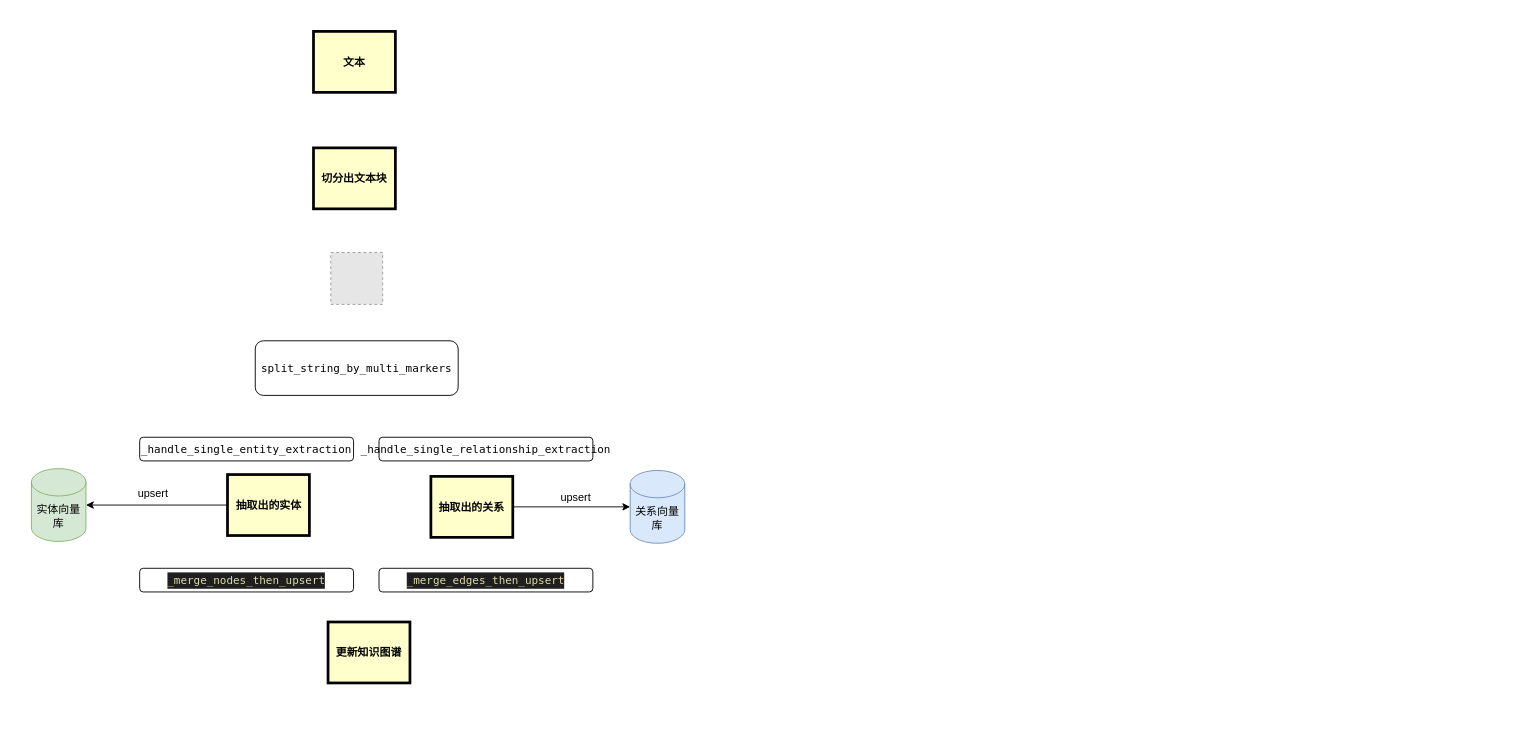
Above: 知识图谱RAG.drawio in liweizhen111/GIt-GitHub_Note (draw.io), before the change. Source tidied: cells renumbered, new cells numbered last; positions are measured from the earlier drawing's top-left corner, leaving out a move shared by most shapes. Both pictures are drawn from the tidied source at 91%, with x=0, y=0 at pixel (31, 31). Pictures stored in the file or linked from it are replaced by grey dashed boxes.
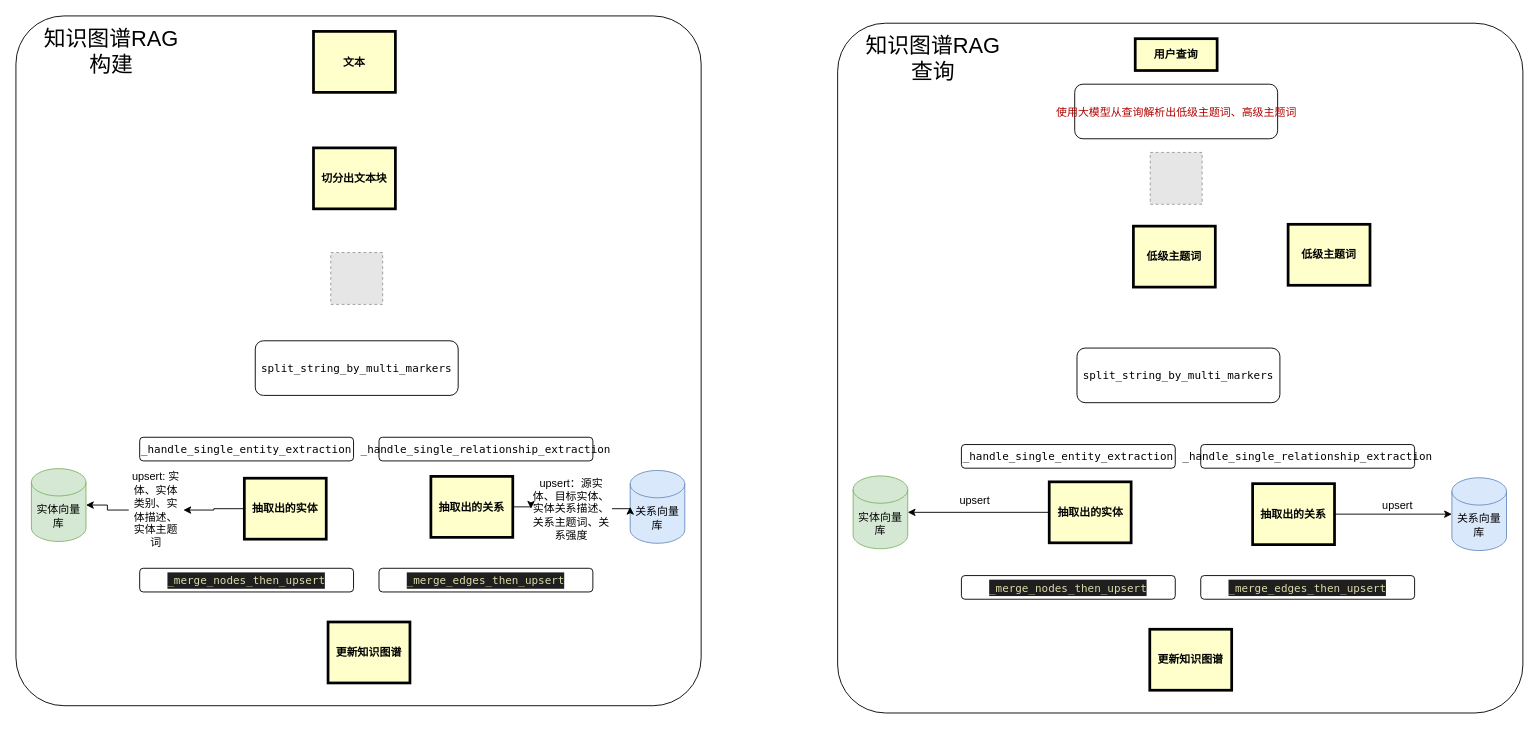
Above is the later version.

Commit message:
更新知识图谱RAG.drawio

The change refers to these unchanged cells:
```xml
<mxCell id="5" value="抽取出的关系" style="whiteSpace=wrap;align=center;verticalAlign=middle;fontStyle=1;strokeWidth=3;fillColor=#FFFFCC;" parent="1" vertex="1">
  <mxGeometry x="439" y="489" width="90" height="67" as="geometry" />
</mxCell>
<mxCell id="7" value="关系向量库" style="shape=cylinder3;whiteSpace=wrap;html=1;boundedLbl=1;backgroundOutline=1;size=15;fillColor=#dae8fc;strokeColor=#6c8ebf;" parent="1" vertex="1">
  <mxGeometry x="658" y="482.5" width="60" height="80" as="geometry" />
</mxCell>
<mxCell id="8" value="实体向量库" style="shape=cylinder3;whiteSpace=wrap;html=1;boundedLbl=1;backgroundOutline=1;size=15;fillColor=#d5e8d4;strokeColor=#82b366;" parent="1" vertex="1">
  <mxGeometry y="480.5" width="60" height="80" as="geometry" />
</mxCell>
```

The edit, as a diff of the source:
```diff
@@
+    <mxCell id="19" style="rounded=1;whiteSpace=wrap;html=1;arcSize=7;" parent="1" vertex="1">
+      <mxGeometry x="-17" y="-17" width="753" height="758" as="geometry" />
+    </mxCell>
@@
     <mxCell id="4" value="抽取出的实体" style="whiteSpace=wrap;align=center;verticalAlign=middle;fontStyle=1;strokeWidth=3;fillColor=#FFFFCC;" parent="1" vertex="1">
-      <mxGeometry x="215.5" y="487" width="90" height="67" as="geometry" />
+      <mxGeometry x="234" y="491" width="90" height="67" as="geometry" />
     </mxCell>
@@
-    <mxCell id="15" style="edgeStyle=orthogonalEdgeStyle;rounded=0;jettySize=auto;html=1;exitX=0;exitY=0.5;exitDx=0;exitDy=0;entryX=1;entryY=0.5;entryDx=0;entryDy=0;entryPerimeter=0;" parent="1" edge="1" source="4" target="8">
+    <mxCell id="15" style="edgeStyle=orthogonalEdgeStyle;rounded=0;jettySize=auto;html=1;exitX=0;exitY=0.5;exitDx=0;exitDy=0;entryX=1;entryY=0.5;entryDx=0;entryDy=0;entryPerimeter=0;" parent="1" edge="1" source="16" target="8">
       <mxGeometry relative="1" as="geometry" />
     </mxCell>
+    <mxCell id="18" style="edgeStyle=orthogonalEdgeStyle;rounded=0;jettySize=auto;html=1;exitX=1;exitY=0.5;exitDx=0;exitDy=0;entryX=0;entryY=0.5;entryDx=0;entryDy=0;entryPerimeter=0;" parent="1" edge="1" source="17" target="7">
+      <mxGeometry relative="1" as="geometry" />
+    </mxCell>
+    <mxCell id="20" value="&lt;font style=&quot;font-size: 24px;&quot;&gt;知识图谱RAG构建&lt;/font&gt;" style="text;html=1;align=center;verticalAlign=middle;whiteSpace=wrap;rounded=0;" parent="1" vertex="1">
+      <mxGeometry x="9" y="7" width="158" height="30" as="geometry" />
+    </mxCell>
+    <mxCell id="21" style="rounded=1;whiteSpace=wrap;html=1;arcSize=7;" parent="1" vertex="1">
+      <mxGeometry x="886" y="-9" width="753" height="758" as="geometry" />
+    </mxCell>
+    <mxCell id="22" value="用户查询" style="whiteSpace=wrap;align=center;verticalAlign=middle;fontStyle=1;strokeWidth=3;fillColor=#FFFFCC;" parent="1" vertex="1">
+      <mxGeometry x="1213" y="8" width="90" height="35" as="geometry" />
+    </mxCell>
+    <mxCell id="23" value="低级主题词" style="whiteSpace=wrap;align=center;verticalAlign=middle;fontStyle=1;strokeWidth=3;fillColor=#FFFFCC;" parent="1" vertex="1">
+      <mxGeometry x="1211" y="214" width="90" height="67" as="geometry" />
+    </mxCell>
+    <mxCell id="24" value="抽取出的实体" style="whiteSpace=wrap;align=center;verticalAlign=middle;fontStyle=1;strokeWidth=3;fillColor=#FFFFCC;" parent="1" vertex="1">
+      <mxGeometry x="1118.5" y="495" width="90" height="67" as="geometry" />
+    </mxCell>
+    <mxCell id="25" value="抽取出的关系" style="whiteSpace=wrap;align=center;verticalAlign=middle;fontStyle=1;strokeWidth=3;fillColor=#FFFFCC;" parent="1" vertex="1">
+      <mxGeometry x="1342" y="497" width="90" height="67" as="geometry" />
+    </mxCell>
+    <mxCell id="26" value="更新知识图谱" style="whiteSpace=wrap;align=center;verticalAlign=middle;fontStyle=1;strokeWidth=3;fillColor=#FFFFCC;" parent="1" vertex="1">
+      <mxGeometry x="1229" y="657" width="90" height="67" as="geometry" />
+    </mxCell>
+    <mxCell id="27" value="关系向量库" style="shape=cylinder3;whiteSpace=wrap;html=1;boundedLbl=1;backgroundOutline=1;size=15;fillColor=#dae8fc;strokeColor=#6c8ebf;" parent="1" vertex="1">
+      <mxGeometry x="1561" y="490.5" width="60" height="80" as="geometry" />
+    </mxCell>
+    <mxCell id="28" value="实体向量库" style="shape=cylinder3;whiteSpace=wrap;html=1;boundedLbl=1;backgroundOutline=1;size=15;fillColor=#d5e8d4;strokeColor=#82b366;" parent="1" vertex="1">
+      <mxGeometry x="903" y="488.5" width="60" height="80" as="geometry" />
+    </mxCell>
+    <mxCell id="29" style="fillColor=#E6E6E6;strokeColor=#999999;dashed=1;verticalLabelPosition=bottom;labelBackgroundColor=default;verticalAlign=top;" parent="1" vertex="1">
+      <mxGeometry x="1229.5" y="133" width="57" height="57" as="geometry" />
+    </mxCell>
+    <mxCell id="30" value="&lt;div style=&quot;text-align: start; font-family: Menlo, Monaco, &amp;quot;Courier New&amp;quot;, monospace; line-height: 18px; white-space: pre;&quot;&gt;&lt;span style=&quot;color: rgb(0, 0, 0);&quot;&gt;split_string_by_multi_markers&lt;/span&gt;&lt;/div&gt;" style="rounded=1;whiteSpace=wrap;html=1;" parent="1" vertex="1">
+      <mxGeometry x="1149" y="348" width="223" height="60" as="geometry" />
+    </mxCell>
+    <mxCell id="31" value="&lt;div style=&quot;text-align: start; font-family: Menlo, Monaco, &amp;quot;Courier New&amp;quot;, monospace; line-height: 18px; white-space: pre;&quot;&gt;&lt;div style=&quot;line-height: 18px;&quot;&gt;&lt;span style=&quot;color: rgb(0, 0, 0);&quot;&gt;_handle_single_entity_extraction&lt;/span&gt;&lt;/div&gt;&lt;/div&gt;" style="rounded=1;whiteSpace=wrap;html=1;" parent="1" vertex="1">
+      <mxGeometry x="1022" y="454" width="235" height="26" as="geometry" />
+    </mxCell>
+    <mxCell id="32" value="&lt;div style=&quot;text-align: start; font-family: Menlo, Monaco, &amp;quot;Courier New&amp;quot;, monospace; line-height: 18px; white-space: pre;&quot;&gt;&lt;div style=&quot;line-height: 18px;&quot;&gt;&lt;span style=&quot;color: rgb(0, 0, 0);&quot;&gt;_handle_single_relationship_extraction&lt;/span&gt;&lt;/div&gt;&lt;/div&gt;" style="rounded=1;whiteSpace=wrap;html=1;" parent="1" vertex="1">
+      <mxGeometry x="1285" y="454" width="235" height="26" as="geometry" />
+    </mxCell>
+    <mxCell id="33" value="&lt;div style=&quot;text-align: start; font-family: Menlo, Monaco, &amp;quot;Courier New&amp;quot;, monospace; line-height: 18px; white-space: pre;&quot;&gt;&lt;div style=&quot;line-height: 18px;&quot;&gt;&lt;div style=&quot;color: rgb(204, 204, 204); background-color: rgb(31, 31, 31); line-height: 18px;&quot;&gt;&lt;span style=&quot;color: rgb(220, 220, 170);&quot;&gt;_merge_nodes_then_upsert&lt;/span&gt;&lt;/div&gt;&lt;/div&gt;&lt;/div&gt;" style="rounded=1;whiteSpace=wrap;html=1;" parent="1" vertex="1">
+      <mxGeometry x="1022" y="598" width="235" height="26" as="geometry" />
+    </mxCell>
+    <mxCell id="34" value="&lt;div style=&quot;text-align: start; font-family: Menlo, Monaco, &amp;quot;Courier New&amp;quot;, monospace; line-height: 18px; white-space: pre;&quot;&gt;&lt;div style=&quot;line-height: 18px;&quot;&gt;&lt;div style=&quot;color: rgb(204, 204, 204); background-color: rgb(31, 31, 31); line-height: 18px;&quot;&gt;&lt;span style=&quot;color: rgb(220, 220, 170);&quot;&gt;_merge_edges_then_upsert&lt;/span&gt;&lt;/div&gt;&lt;/div&gt;&lt;/div&gt;" style="rounded=1;whiteSpace=wrap;html=1;" parent="1" vertex="1">
+      <mxGeometry x="1285" y="598" width="235" height="26" as="geometry" />
+    </mxCell>
+    <mxCell id="35" style="edgeStyle=orthogonalEdgeStyle;rounded=0;jettySize=auto;html=1;exitX=0;exitY=0.5;exitDx=0;exitDy=0;entryX=1;entryY=0.5;entryDx=0;entryDy=0;entryPerimeter=0;" parent="1" edge="1" source="24" target="28">
+      <mxGeometry relative="1" as="geometry" />
+    </mxCell>
+    <mxCell id="36" value="upsert" style="text;html=1;align=center;verticalAlign=middle;whiteSpace=wrap;rounded=0;" parent="1" vertex="1">
+      <mxGeometry x="1007" y="501" width="60" height="30" as="geometry" />
+    </mxCell>
+    <mxCell id="37" value="upsert" style="text;html=1;align=center;verticalAlign=middle;whiteSpace=wrap;rounded=0;" parent="1" vertex="1">
+      <mxGeometry x="1483" y="514" width="37" height="13" as="geometry" />
+    </mxCell>
+    <mxCell id="38" style="edgeStyle=orthogonalEdgeStyle;rounded=0;jettySize=auto;html=1;exitX=1;exitY=0.5;exitDx=0;exitDy=0;entryX=0;entryY=0.5;entryDx=0;entryDy=0;entryPerimeter=0;" parent="1" edge="1" source="25" target="27">
+      <mxGeometry relative="1" as="geometry" />
+    </mxCell>
+    <mxCell id="39" value="&lt;font style=&quot;font-size: 24px;&quot;&gt;知识图谱RAG查询&lt;/font&gt;" style="text;html=1;align=center;verticalAlign=middle;whiteSpace=wrap;rounded=0;" parent="1" vertex="1">
+      <mxGeometry x="912" y="15" width="158" height="30" as="geometry" />
+    </mxCell>
+    <mxCell id="40" value="&lt;div style=&quot;text-align: start; font-family: Menlo, Monaco, &amp;quot;Courier New&amp;quot;, monospace; line-height: 18px; white-space: pre;&quot;&gt;&lt;font color=&quot;#b00000&quot;&gt;&lt;span style=&quot;caret-color: rgb(176, 0, 0);&quot;&gt;使用大模型从查询解析出低级主题词、高级主题词&lt;/span&gt;&lt;/font&gt;&lt;/div&gt;" style="rounded=1;whiteSpace=wrap;html=1;" parent="1" vertex="1">
+      <mxGeometry x="1146.5" y="58" width="223" height="60" as="geometry" />
+    </mxCell>
+    <mxCell id="41" value="低级主题词" style="whiteSpace=wrap;align=center;verticalAlign=middle;fontStyle=1;strokeWidth=3;fillColor=#FFFFCC;" parent="1" vertex="1">
+      <mxGeometry x="1381" y="212" width="90" height="67" as="geometry" />
+    </mxCell>
+    <mxCell id="42" style="edgeStyle=orthogonalEdgeStyle;rounded=0;jettySize=auto;html=1;exitX=0;exitY=0.5;exitDx=0;exitDy=0;entryX=1;entryY=0.5;entryDx=0;entryDy=0;entryPerimeter=0;" parent="1" edge="1" source="4" target="16">
+      <mxGeometry relative="1" as="geometry" />
+    </mxCell>
-    <mxCell id="16" value="upsert" style="text;html=1;align=center;verticalAlign=middle;whiteSpace=wrap;rounded=0;" parent="1" vertex="1">
-      <mxGeometry x="104" y="493" width="60" height="30" as="geometry" />
+    <mxCell id="16" value="upsert: 实体、实体类别、实体描述、实体主题词" style="text;html=1;align=center;verticalAlign=middle;whiteSpace=wrap;rounded=0;" parent="1" vertex="1">
+      <mxGeometry x="107" y="511" width="60" height="30" as="geometry" />
     </mxCell>
+    <mxCell id="43" style="edgeStyle=orthogonalEdgeStyle;rounded=0;jettySize=auto;html=1;exitX=1;exitY=0.5;exitDx=0;exitDy=0;entryX=0;entryY=0.5;entryDx=0;entryDy=0;entryPerimeter=0;" parent="1" edge="1" source="5" target="17">
+      <mxGeometry relative="1" as="geometry" />
+    </mxCell>
-    <mxCell id="17" value="upsert" style="text;html=1;align=center;verticalAlign=middle;whiteSpace=wrap;rounded=0;" parent="1" vertex="1">
-      <mxGeometry x="580" y="506" width="37" height="13" as="geometry" />
+    <mxCell id="17" value="upsert：源实体、目标实体、实体关系描述、关系主题词、关系强度" style="text;html=1;align=center;verticalAlign=middle;whiteSpace=wrap;rounded=0;" parent="1" vertex="1">
+      <mxGeometry x="549" y="518" width="89" height="13" as="geometry" />
     </mxCell>
-    <mxCell id="18" style="edgeStyle=orthogonalEdgeStyle;rounded=0;jettySize=auto;html=1;exitX=1;exitY=0.5;exitDx=0;exitDy=0;entryX=0;entryY=0.5;entryDx=0;entryDy=0;entryPerimeter=0;" parent="1" edge="1" source="5" target="7">
-      <mxGeometry relative="1" as="geometry" />
-    </mxCell>
```
